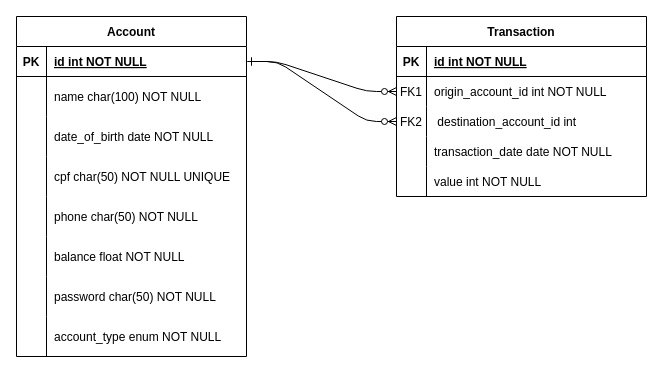
CarlosMouraDev/Desafio1 keeps this draw.io diagram as MER/Challenge diagram.drawio. Above is the earlier version. Source tidied: cells renumbered, new cells numbered last; positions are measured from the earlier drawing's top-left corner, leaving out a move shared by most shapes. Both pictures are drawn from the tidied source at 100%, with x=0, y=0 at pixel (16, 16).
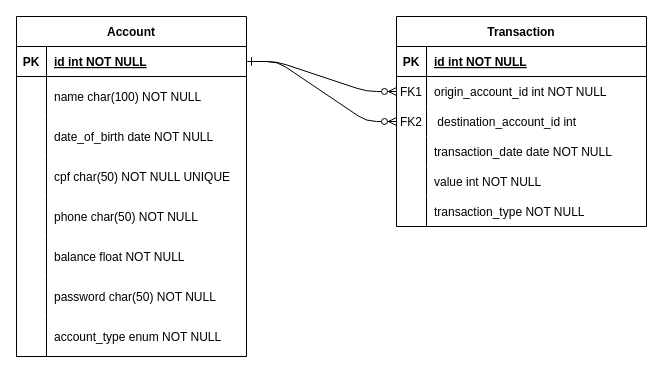
After the change.

Commit message (it also covers changes not shown here):
Implementation of the transaction class

Change to the diagram source:
```diff
@@
     <mxCell id="3" value="Transaction" style="shape=table;startSize=30;childLayout=tableLayout;rowLines=0;fontStyle=1;align=center;rounded=0;swimlaneFillColor=default;" parent="1" vertex="1">
-      <mxGeometry x="380" width="250" height="180" as="geometry" />
+      <mxGeometry x="380" width="250" height="210" as="geometry" />
     </mxCell>
@@
+    <mxCell id="45" style="shape=partialRectangle;fillColor=none;top=0;left=0;right=0;bottom=0;" parent="3" vertex="1">
+      <mxGeometry y="180" width="250" height="30" as="geometry" />
+    </mxCell>
+    <mxCell id="46" style="shape=partialRectangle;overflow=hidden;fillColor=none;top=0;left=0;bottom=0;right=0;" parent="45" vertex="1">
+      <mxGeometry width="30" height="30" as="geometry" />
+    </mxCell>
+    <mxCell id="47" value="transaction_type NOT NULL" style="shape=partialRectangle;overflow=hidden;fillColor=none;top=0;left=0;bottom=0;right=0;align=left;spacingLeft=6;" parent="45" vertex="1">
+      <mxGeometry x="30" width="220" height="30" as="geometry" />
+    </mxCell>
```
